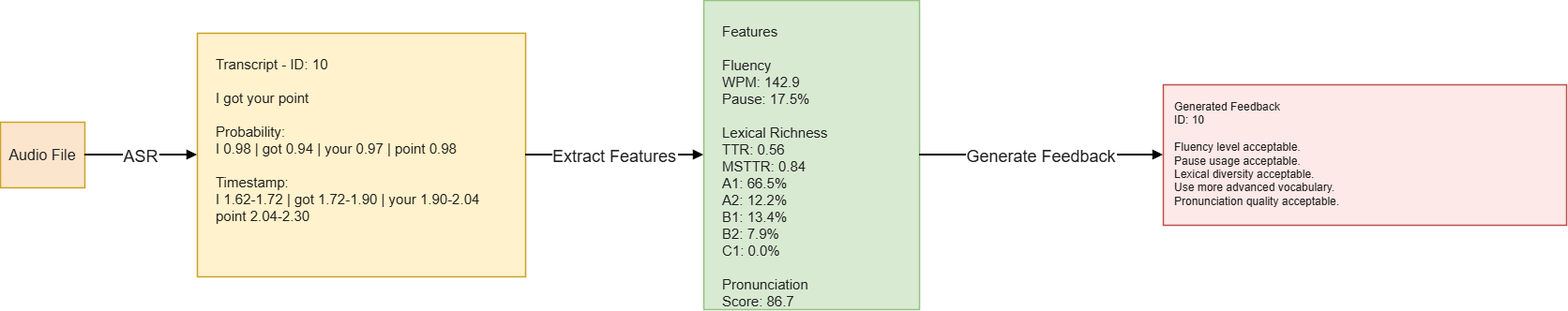
The draw.io diagram assets/diagrams/flow.png in bachtuocluoi/AFAS-Whisper-Feedback, before a commit. Source tidied: cells renumbered, new cells last; positions are measured from the earlier drawing's top-left corner, leaving out a move shared by most shapes.
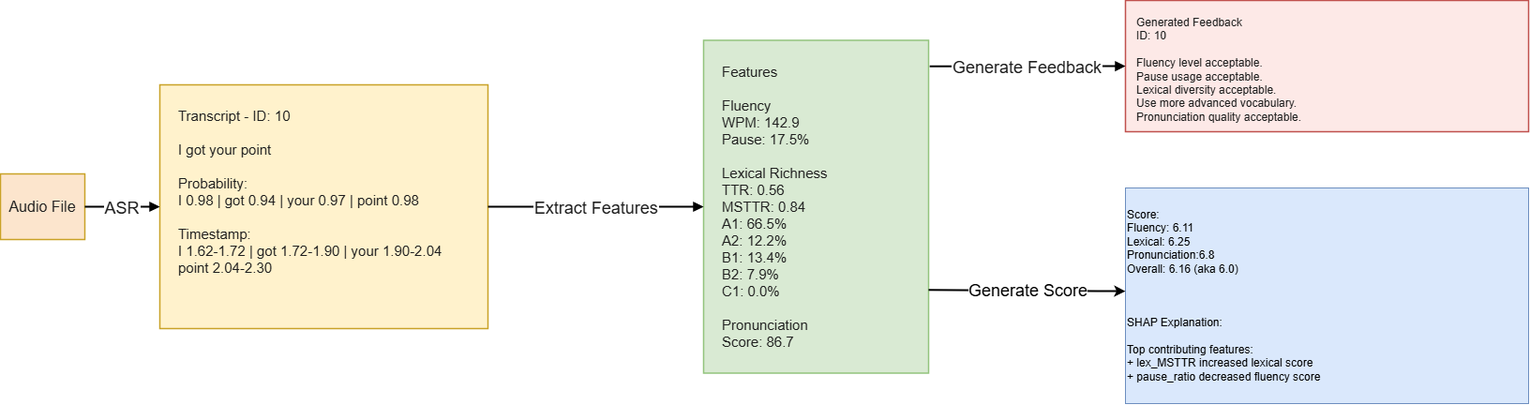
After the change.

Commit message:
cập nhật tính năng score vào ảnh flow

Change to the diagram source:
```diff
@@ -1,18 +1,18 @@
-<mxGraphModel>
+<mxGraphModel background="#ffffff">
   <root>
     <mxCell id="0" />
     <mxCell id="1" parent="0" />
     <mxCell id="2" value="Audio File" style="rounded=0;whiteSpace=wrap;html=1;strokeWidth=1.5;strokeColor=#C9A227;fillColor=#FCE5CD;fontSize=16;fontColor=#1F1F1F;align=center;verticalAlign=middle;" parent="1" vertex="1">
-      <mxGeometry y="130" width="90" height="70" as="geometry" />
+      <mxGeometry x="-30" y="25" width="90" height="70" as="geometry" />
     </mxCell>
     <mxCell id="3" value="Transcript - ID: 10&#10;&#10;I got your point&#10;&#10;Probability:&#10;I 0.98 | got 0.94 | your 0.97 | point 0.98&#10;&#10;Timestamp:&#10;I 1.62-1.72 | got 1.72-1.90 | your 1.90-2.04&#10;point 2.04-2.30" style="rounded=0;whiteSpace=wrap;html=1;strokeWidth=1.5;strokeColor=#C9A227;fillColor=#FFF2CC;fontSize=15;fontColor=#1F1F1F;align=left;spacingLeft=18;spacingTop=18;verticalAlign=top;" parent="1" vertex="1">
-      <mxGeometry x="210" y="35" width="350" height="260" as="geometry" />
+      <mxGeometry x="140" y="-70" width="350" height="260" as="geometry" />
     </mxCell>
     <mxCell id="4" value="Features&#10;&#10;Fluency&#10;WPM: 142.9&#10;Pause: 17.5%&#10;&#10;Lexical Richness&#10;TTR: 0.56&#10;MSTTR: 0.84&#10;A1: 66.5%&#10;A2: 12.2%&#10;B1: 13.4%&#10;B2: 7.9%&#10;C1: 0.0%&#10;&#10;Pronunciation&#10;Score: 86.7" style="rounded=0;whiteSpace=wrap;html=1;strokeWidth=1.5;strokeColor=#93C47D;fillColor=#D9EAD3;fontSize=15;fontColor=#1F1F1F;align=left;spacingLeft=18;spacingTop=18;verticalAlign=top;" parent="1" vertex="1">
-      <mxGeometry x="750" width="230" height="330" as="geometry" />
+      <mxGeometry x="720" y="-117.5" width="240" height="355" as="geometry" />
     </mxCell>
     <mxCell id="5" value="Generated Feedback&#10;ID: 10&#10;&#10;Fluency level acceptable.&#10;Pause usage acceptable.&#10;Lexical diversity acceptable.&#10;Use more advanced vocabulary.&#10;Pronunciation quality acceptable." style="rounded=0;whiteSpace=wrap;html=1;strokeWidth=1.5;strokeColor=#C0504D;fillColor=#FDE9E7;fontSize=12;fontColor=#1F1F1F;align=left;spacingLeft=10;spacingTop=10;verticalAlign=top;" parent="1" vertex="1">
-      <mxGeometry x="1240" y="90" width="430" height="150" as="geometry" />
+      <mxGeometry x="1170" y="-160" width="430" height="140" as="geometry" />
     </mxCell>
     <mxCell id="6" value="ASR" style="endArrow=block;endFill=1;strokeWidth=2;fontSize=18;fontColor=#1F1F1F;labelBackgroundColor=default;" parent="1" edge="1" source="2" target="3">
       <mxGeometry relative="1" as="geometry" />
@@ -20,8 +20,22 @@
     <mxCell id="7" value="Extract Features" style="endArrow=block;endFill=1;strokeWidth=2;fontSize=18;fontColor=#1F1F1F;labelBackgroundColor=default;" parent="1" edge="1" source="3" target="4">
       <mxGeometry relative="1" as="geometry" />
     </mxCell>
-    <mxCell id="8" value="Generate Feedback" style="endArrow=block;endFill=1;strokeWidth=2;fontSize=18;fontColor=#1F1F1F;labelBackgroundColor=default;" parent="1" edge="1" source="4" target="5">
+    <mxCell id="8" value="Generate Feedback" style="endArrow=block;endFill=1;strokeWidth=2;fontSize=18;fontColor=#1F1F1F;labelBackgroundColor=default;exitX=1.005;exitY=0.078;exitDx=0;exitDy=0;exitPerimeter=0;" parent="1" edge="1" source="4" target="5">
       <mxGeometry relative="1" as="geometry" />
     </mxCell>
+    <mxCell id="9" value="Score:&lt;div&gt;Fluency: 6.11&lt;/div&gt;&lt;div&gt;Lexical: 6.25&lt;/div&gt;&lt;div&gt;Pronunciation:6.8&lt;/div&gt;&lt;div&gt;Overall: 6.16 (aka 6.0)&lt;/div&gt;&lt;div&gt;&lt;br&gt;&lt;/div&gt;&lt;div&gt;&lt;br&gt;&lt;/div&gt;&lt;div&gt;&lt;br&gt;&lt;/div&gt;&lt;div&gt;SHAP Explanation:&lt;br&gt;&lt;br&gt;Top contributing features:&lt;br&gt;+ lex_MSTTR increased lexical score&lt;br&gt;+ pause_ratio decreased fluency score&lt;/div&gt;" style="rounded=0;whiteSpace=wrap;html=1;fillColor=#dae8fc;strokeColor=#6c8ebf;align=left;" parent="1" vertex="1">
+      <mxGeometry x="1170" y="40" width="430" height="230" as="geometry" />
+    </mxCell>
+    <mxCell id="10" style="endArrow=classic;html=1;rounded=0;strokeWidth=2;exitX=1;exitY=0.75;exitDx=0;exitDy=0;" parent="1" edge="1" source="4" target="9">
+      <mxGeometry relative="1" as="geometry">
+        <Array as="points">
+          <mxPoint x="1140" y="150" />
+          <mxPoint x="1160" y="150" />
+        </Array>
+      </mxGeometry>
+    </mxCell>
+    <mxCell id="11" value="Generate Score" style="edgeLabel;html=1;align=center;verticalAlign=middle;fontSize=18;" parent="10" vertex="1">
+      <mxGeometry relative="1" as="geometry" />
+    </mxCell>
   </root>
 </mxGraphModel>
```
